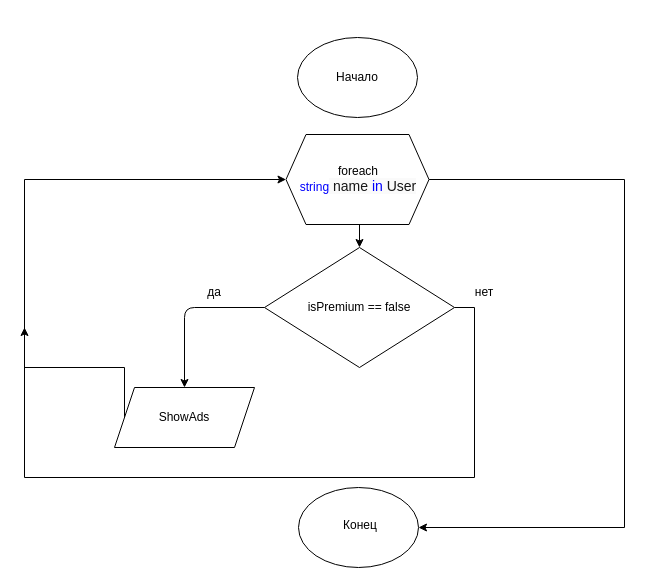
The draw.io diagram Untitled Diagram.drawio in HelenArkh/Module12, before the edit. Source tidied: cells renumbered, new cells numbered last; positions are measured from the earlier drawing's top-left corner, leaving out a move shared by most shapes. Both pictures are drawn from the tidied source at 100%, with x=0, y=0 at pixel (24, 37).
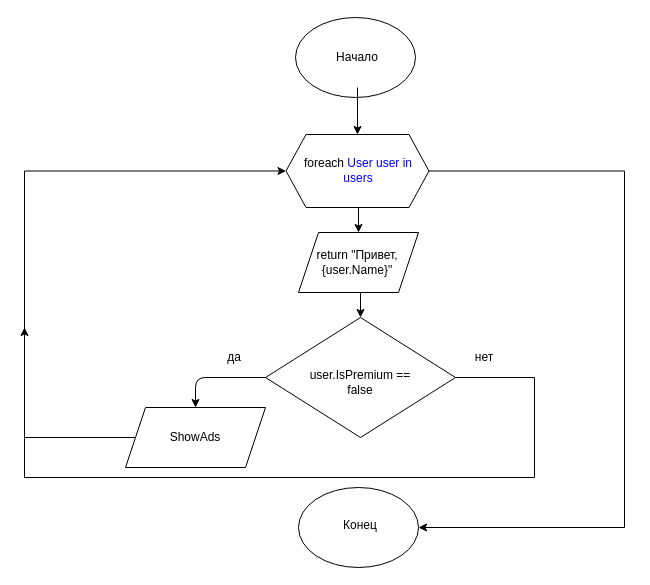
The same diagram, later.

Unchanged cells that the change refers to:
```xml
<mxCell id="13" style="ellipse;whiteSpace=wrap;html=1;" parent="1" vertex="1">
  <mxGeometry x="274" y="450" width="120" height="80" as="geometry" />
</mxCell>
```

What changed in the source:
```diff
@@
     <mxCell id="2" style="ellipse;whiteSpace=wrap;html=1;" parent="1" vertex="1">
-      <mxGeometry x="273" width="120" height="80" as="geometry" />
+      <mxGeometry x="271" y="-20" width="120" height="80" as="geometry" />
     </mxCell>
+    <mxCell id="19" style="edgeStyle=orthogonalEdgeStyle;rounded=0;jettySize=auto;html=1;exitX=0.5;exitY=1;exitDx=0;exitDy=0;entryX=0.5;entryY=0;entryDx=0;entryDy=0;" parent="1" edge="1" source="3" target="17">
+      <mxGeometry relative="1" as="geometry" />
+    </mxCell>
     <mxCell id="3" value="Начало" style="text;html=1;strokeColor=none;fillColor=none;align=center;verticalAlign=middle;whiteSpace=wrap;rounded=0;" parent="1" vertex="1">
-      <mxGeometry x="293" y="10" width="80" height="60" as="geometry" />
+      <mxGeometry x="293" y="-10" width="80" height="60" as="geometry" />
     </mxCell>
     <mxCell id="4" style="edgeStyle=orthogonalEdgeStyle;rounded=0;jettySize=auto;html=1;exitX=1;exitY=0.5;exitDx=0;exitDy=0;entryX=0;entryY=0.5;entryDx=0;entryDy=0;" parent="1" edge="1" source="5" target="17">
       <mxGeometry relative="1" as="geometry">
         <Array as="points">
-          <mxPoint x="450" y="270" />
-          <mxPoint x="450" y="440" />
+          <mxPoint x="510" y="340" />
+          <mxPoint x="510" y="440" />
           <mxPoint y="440" />
-          <mxPoint y="142" />
+          <mxPoint y="134" />
         </Array>
       </mxGeometry>
     </mxCell>
     <mxCell id="5" style="rhombus;whiteSpace=wrap;html=1;" parent="1" vertex="1">
-      <mxGeometry x="240" y="210" width="190" height="120" as="geometry" />
+      <mxGeometry x="241" y="280" width="190" height="120" as="geometry" />
     </mxCell>
-    <mxCell id="6" value="isPremium == false" style="text;html=1;strokeColor=none;fillColor=none;align=center;verticalAlign=middle;whiteSpace=wrap;rounded=0;" parent="1" vertex="1">
-      <mxGeometry x="270" y="245" width="130" height="50" as="geometry" />
+    <mxCell id="6" value="user.IsPremium == false" style="text;html=1;strokeColor=none;fillColor=none;align=center;verticalAlign=middle;whiteSpace=wrap;rounded=0;" parent="1" vertex="1">
+      <mxGeometry x="271" y="320" width="130" height="50" as="geometry" />
     </mxCell>
     <mxCell id="7" style="edgeStyle=orthogonalEdgeStyle;rounded=0;jettySize=auto;html=1;exitX=0;exitY=0.5;exitDx=0;exitDy=0;" parent="1" edge="1" source="8">
       <mxGeometry relative="1" as="geometry">
         <mxPoint y="290" as="targetPoint" />
         <Array as="points">
-          <mxPoint x="100" y="330" />
-          <mxPoint y="330" />
+          <mxPoint y="400" />
         </Array>
       </mxGeometry>
     </mxCell>
     <mxCell id="8" style="shape=parallelogram;perimeter=parallelogramPerimeter;whiteSpace=wrap;html=1;fixedSize=1;" parent="1" vertex="1">
-      <mxGeometry x="90" y="350" width="140" height="60" as="geometry" />
+      <mxGeometry x="101" y="370" width="140" height="60" as="geometry" />
     </mxCell>
     <mxCell id="9" value="ShowAds" style="text;html=1;strokeColor=none;fillColor=none;align=center;verticalAlign=middle;whiteSpace=wrap;rounded=0;" parent="1" vertex="1">
-      <mxGeometry x="120" y="360" width="80" height="40" as="geometry" />
+      <mxGeometry x="131" y="380" width="80" height="40" as="geometry" />
     </mxCell>
     <mxCell id="10" style="endArrow=classic;html=1;exitX=0;exitY=0.5;exitDx=0;exitDy=0;entryX=0.5;entryY=0;entryDx=0;entryDy=0;" parent="1" edge="1" source="5" target="8">
       <mxGeometry relative="1" as="geometry">
         <Array as="points">
-          <mxPoint x="160" y="270" />
+          <mxPoint x="171" y="340" />
         </Array>
       </mxGeometry>
     </mxCell>
     <mxCell id="11" value="да" style="text;html=1;strokeColor=none;fillColor=none;align=center;verticalAlign=middle;whiteSpace=wrap;rounded=0;" parent="1" vertex="1">
-      <mxGeometry x="170" y="245" width="40" height="20" as="geometry" />
+      <mxGeometry x="190" y="310" width="40" height="20" as="geometry" />
     </mxCell>
     <mxCell id="12" value="нет" style="text;html=1;strokeColor=none;fillColor=none;align=center;verticalAlign=middle;whiteSpace=wrap;rounded=0;" parent="1" vertex="1">
-      <mxGeometry x="440" y="245" width="40" height="20" as="geometry" />
+      <mxGeometry x="440" y="310" width="40" height="20" as="geometry" />
     </mxCell>
@@
     <mxCell id="15" style="edgeStyle=orthogonalEdgeStyle;rounded=0;jettySize=auto;html=1;exitX=1;exitY=0.5;exitDx=0;exitDy=0;entryX=1;entryY=0.5;entryDx=0;entryDy=0;" parent="1" edge="1" source="17" target="13">
       <mxGeometry relative="1" as="geometry">
         <Array as="points">
-          <mxPoint x="600" y="142" />
+          <mxPoint x="600" y="134" />
           <mxPoint x="600" y="490" />
         </Array>
       </mxGeometry>
     </mxCell>
-    <mxCell id="16" style="edgeStyle=orthogonalEdgeStyle;rounded=0;jettySize=auto;html=1;exitX=0.5;exitY=1;exitDx=0;exitDy=0;entryX=0.5;entryY=0;entryDx=0;entryDy=0;" parent="1" edge="1" source="17" target="5">
-      <mxGeometry relative="1" as="geometry" />
-    </mxCell>
+    <mxCell id="20" style="edgeStyle=orthogonalEdgeStyle;rounded=0;jettySize=auto;html=1;exitX=0.5;exitY=1;exitDx=0;exitDy=0;entryX=0.5;entryY=0;entryDx=0;entryDy=0;" parent="1" edge="1" source="17" target="22">
+      <mxGeometry relative="1" as="geometry" />
+    </mxCell>
     <mxCell id="17" style="shape=hexagon;perimeter=hexagonPerimeter2;whiteSpace=wrap;html=1;fixedSize=1;" parent="1" vertex="1">
-      <mxGeometry x="261.5" y="97" width="143" height="90" as="geometry" />
+      <mxGeometry x="261.5" y="97" width="143" height="73" as="geometry" />
     </mxCell>
-    <mxCell id="18" value="foreach &lt;font color=&quot;#0101fd&quot;&gt;string&lt;/font&gt;&lt;span style=&quot;color: rgb(23 , 23 , 23) ; font-family: , &amp;#34;consolas&amp;#34; , &amp;#34;liberation mono&amp;#34; , &amp;#34;menlo&amp;#34; , &amp;#34;courier&amp;#34; , monospace ; font-size: 14px ; background-color: rgb(250 , 250 , 250)&quot;&gt;&amp;nbsp;name&amp;nbsp;&lt;/span&gt;&lt;span class=&quot;hljs-keyword&quot; style=&quot;box-sizing: inherit ; outline-color: inherit ; color: rgb(1 , 1 , 253) ; font-family: , &amp;#34;consolas&amp;#34; , &amp;#34;liberation mono&amp;#34; , &amp;#34;menlo&amp;#34; , &amp;#34;courier&amp;#34; , monospace ; font-size: 14px ; background-color: rgb(250 , 250 , 250)&quot;&gt;in&lt;/span&gt;&lt;span style=&quot;color: rgb(23 , 23 , 23) ; font-family: , &amp;#34;consolas&amp;#34; , &amp;#34;liberation mono&amp;#34; , &amp;#34;menlo&amp;#34; , &amp;#34;courier&amp;#34; , monospace ; font-size: 14px ; background-color: rgb(250 , 250 , 250)&quot;&gt;&amp;nbsp;User&lt;/span&gt;" style="text;html=1;strokeColor=none;fillColor=none;align=center;verticalAlign=middle;whiteSpace=wrap;rounded=0;" parent="1" vertex="1">
-      <mxGeometry x="274" y="122" width="120" height="40" as="geometry" />
+    <mxCell id="18" value="foreach &lt;font color=&quot;#0101fd&quot;&gt;User user in users&lt;/font&gt;" style="text;html=1;strokeColor=none;fillColor=none;align=center;verticalAlign=middle;whiteSpace=wrap;rounded=0;" parent="1" vertex="1">
+      <mxGeometry x="274" y="113" width="120" height="40" as="geometry" />
     </mxCell>
+    <mxCell id="21" style="edgeStyle=orthogonalEdgeStyle;rounded=0;jettySize=auto;html=1;exitX=0.5;exitY=1;exitDx=0;exitDy=0;entryX=0.5;entryY=0;entryDx=0;entryDy=0;" parent="1" edge="1" source="22" target="5">
+      <mxGeometry relative="1" as="geometry" />
+    </mxCell>
+    <mxCell id="22" style="shape=parallelogram;perimeter=parallelogramPerimeter;whiteSpace=wrap;html=1;fixedSize=1;" parent="1" vertex="1">
+      <mxGeometry x="274" y="195" width="120" height="60" as="geometry" />
+    </mxCell>
+    <mxCell id="23" value="return &quot;Привет, {user.Name}&quot;" style="text;html=1;strokeColor=none;fillColor=none;align=center;verticalAlign=middle;whiteSpace=wrap;rounded=0;" parent="1" vertex="1">
+      <mxGeometry x="288" y="205" width="90" height="40" as="geometry" />
+    </mxCell>
```
